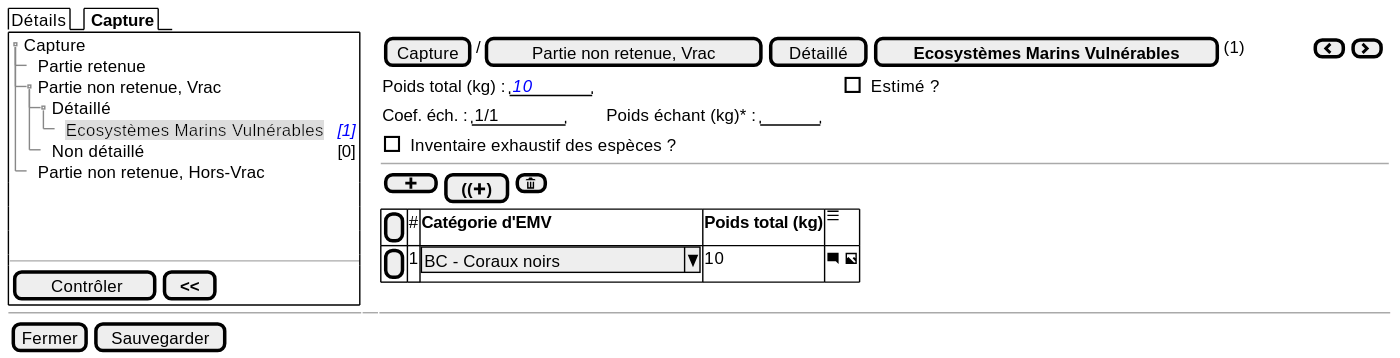
Earlier version of the PlantUML export projects/obsmer/spe/images/batch/batch-tree-PNR-VRAC-EMV.svg (sumaris-net/sumaris-doc). Its source is kept beside it as projects/obsmer/spe/images/batch/batch-tree-PNR-VRAC-EMV.puml.
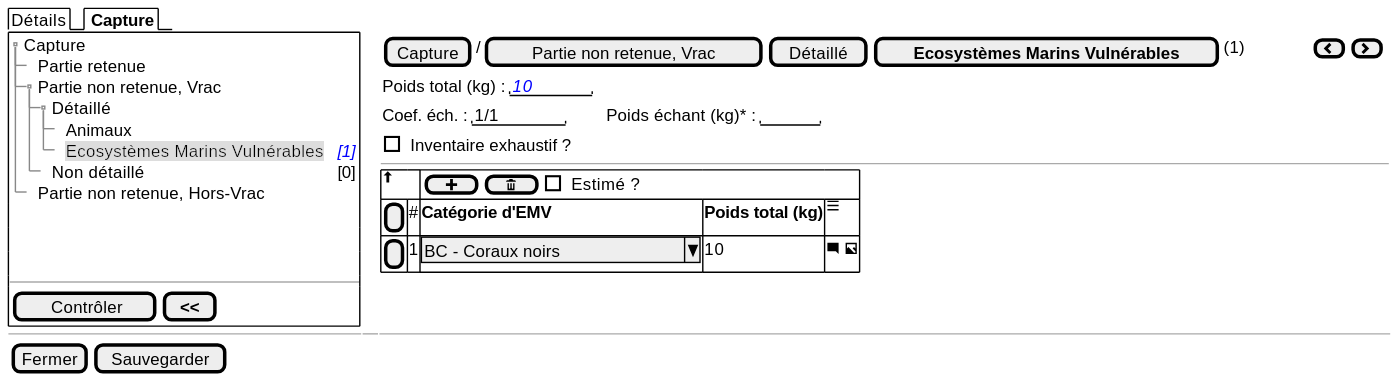
Later version of the same file.

Change to the diagram source:
```diff
@@ -7,6 +7,7 @@
        ++ Partie retenue
        ++ Partie non retenue, Vrac
        +++ Détaillé
+       ++++ Animaux
        ++++ <back:#DDD>Ecosystèmes Marins Vulnérables | <i><color:blue>[1]
        +++ Non détaillé | <color:black>[0]
        ++ Partie non retenue, Hors-Vrac
@@ -21,14 +22,14 @@
   } | . | {
     { [Capture] | / | [Partie non retenue, Vrac] | [Détaillé] | [<b>Ecosystèmes Marins Vulnérables] | (1) | . | . | . | . | . | . | . | . | . | { [<&chevron-left>] | [<&chevron-right>] } }
 
-    {Poids total (kg) : | "  <i><color:blue>10   " | . | . | . | . | . | . | . | . | . | . | . | . | . | . | . | . | . | . | . | . | . | . | . | . | . | . | . | . | . | . | . | . | . | . | . | [ ] Estimé ? }
+    {Poids total (kg) : | "  <i><color:blue>10   "  }
 
     {Coef. éch. : | " 1/1    " | . | . | . | . | . |  Poids échant (kg)* : | "     " }
 
-    { [ ] Inventaire exhaustif des espèces ? }
+    { [ ] Inventaire exhaustif ? }
     ---
-    { [ <&plus> ] | [<b>((<&plus><b>)] | [<&trash>] }
     {#
+                    <&arrow-thick-top> | *  | {[ <&plus> ] | [ <&trash> ] | [ ] Estimé ? } | * | *
           [ ] | # | <b>Catégorie d'EMV  | <b>Poids total (kg)     |   <&menu>
           [ ] | 1 | ^BC - Coraux noirs      ^ |  10    | <&comment-square> <&image>
         }
```
